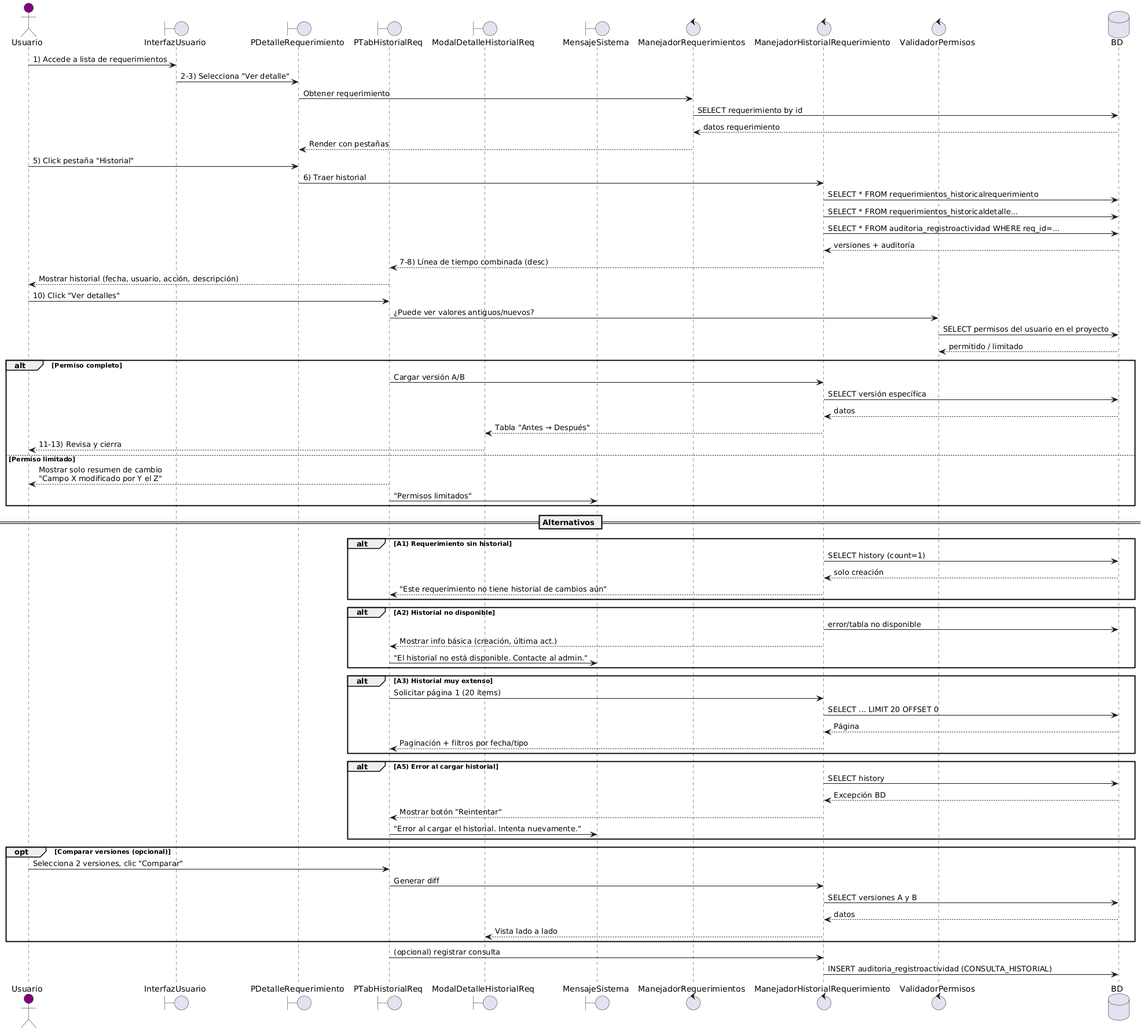
Above: 3-CONSTRUCCION/ITERACIÓN 2/34. Especificacion de CU a implemantar/Diagramas/DS-CU08.png in uarg-unpa/grcu-manager (PlantUML), before the change.
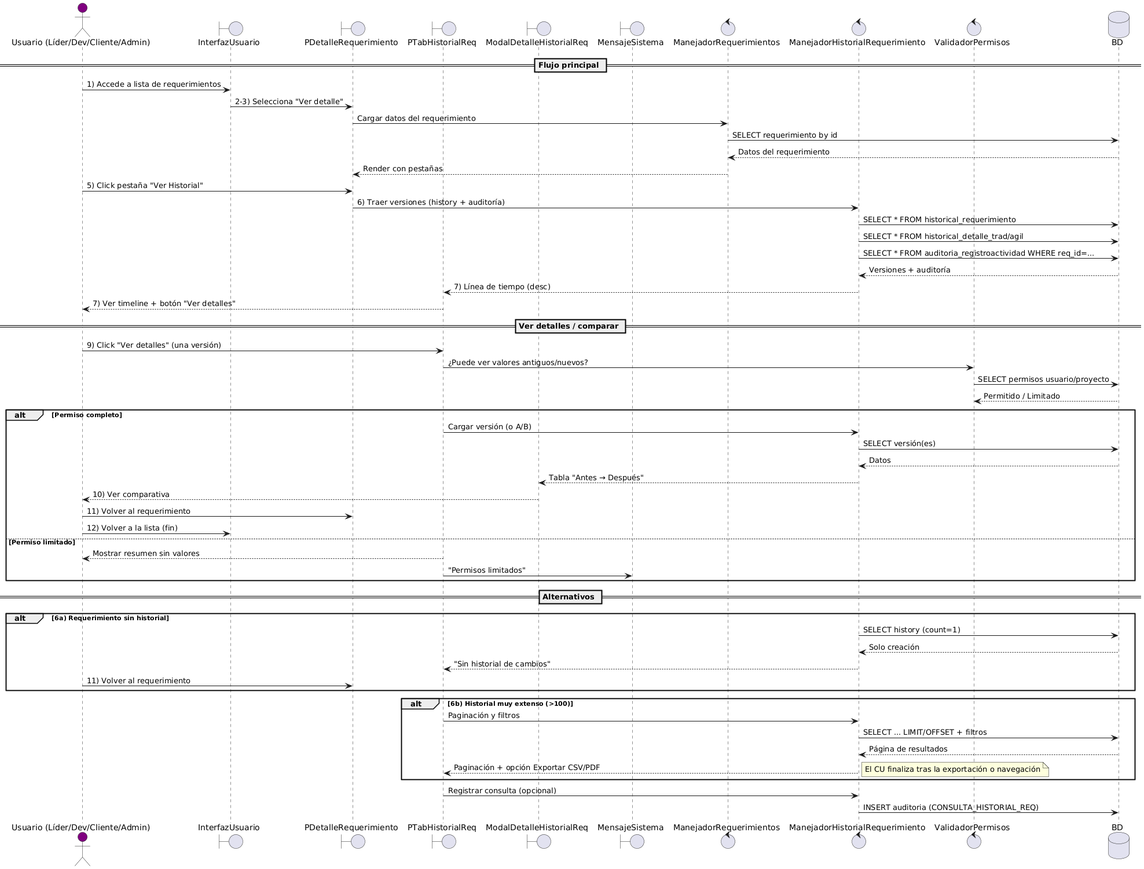
After the change.

Change to the diagram source:
```diff
@@ -1,5 +1,5 @@
 @startuml
-actor "Usuario" as Usuario #purple
+actor "Usuario (Líder/Dev/Cliente/Admin)" as Usuario #purple
 boundary InterfazUsuario
 boundary PDetalleRequerimiento
 boundary PTabHistorialReq
@@ -10,75 +10,58 @@
 control ValidadorPermisos
 database BD
 
-
+== Flujo principal ==
 Usuario -> InterfazUsuario: 1) Accede a lista de requerimientos
 InterfazUsuario -> PDetalleRequerimiento: 2-3) Selecciona "Ver detalle"
-PDetalleRequerimiento -> ManejadorRequerimientos: Obtener requerimiento
+PDetalleRequerimiento -> ManejadorRequerimientos: Cargar datos del requerimiento
 ManejadorRequerimientos -> BD: SELECT requerimiento by id
-BD --> ManejadorRequerimientos: datos requerimiento
+BD --> ManejadorRequerimientos: Datos del requerimiento
 ManejadorRequerimientos --> PDetalleRequerimiento: Render con pestañas
 
-Usuario -> PDetalleRequerimiento: 5) Click pestaña "Historial"
-PDetalleRequerimiento -> ManejadorHistorialRequerimiento: 6) Traer historial
-ManejadorHistorialRequerimiento -> BD: SELECT * FROM requerimientos_historicalrequerimiento
-ManejadorHistorialRequerimiento -> BD: SELECT * FROM requerimientos_historicaldetalle...
+Usuario -> PDetalleRequerimiento: 5) Click pestaña "Ver Historial"
+PDetalleRequerimiento -> ManejadorHistorialRequerimiento: 6) Traer versiones (history + auditoría)
+ManejadorHistorialRequerimiento -> BD: SELECT * FROM historical_requerimiento
+ManejadorHistorialRequerimiento -> BD: SELECT * FROM historical_detalle_trad/agil
 ManejadorHistorialRequerimiento -> BD: SELECT * FROM auditoria_registroactividad WHERE req_id=...
-BD --> ManejadorHistorialRequerimiento: versiones + auditoría
-ManejadorHistorialRequerimiento --> PTabHistorialReq: 7-8) Línea de tiempo combinada (desc)
-PTabHistorialReq --> Usuario: Mostrar historial (fecha, usuario, acción, descripción)
+BD --> ManejadorHistorialRequerimiento: Versiones + auditoría
+ManejadorHistorialRequerimiento --> PTabHistorialReq: 7) Línea de tiempo (desc)
+PTabHistorialReq --> Usuario: 7) Ver timeline + botón "Ver detalles"
 
-
-Usuario -> PTabHistorialReq: 10) Click "Ver detalles"
+== Ver detalles / comparar ==
+Usuario -> PTabHistorialReq: 9) Click "Ver detalles" (una versión)
 PTabHistorialReq -> ValidadorPermisos: ¿Puede ver valores antiguos/nuevos?
-ValidadorPermisos -> BD: SELECT permisos del usuario en el proyecto
-BD --> ValidadorPermisos: permitido / limitado
+ValidadorPermisos -> BD: SELECT permisos usuario/proyecto
+BD --> ValidadorPermisos: Permitido / Limitado
 
 alt Permiso completo
-  PTabHistorialReq -> ManejadorHistorialRequerimiento: Cargar versión A/B
-  ManejadorHistorialRequerimiento -> BD: SELECT versión específica
-  BD --> ManejadorHistorialRequerimiento: datos
+  PTabHistorialReq -> ManejadorHistorialRequerimiento: Cargar versión (o A/B)
+  ManejadorHistorialRequerimiento -> BD: SELECT versión(es)
+  BD --> ManejadorHistorialRequerimiento: Datos
   ManejadorHistorialRequerimiento --> ModalDetalleHistorialReq: Tabla "Antes → Después"
-  ModalDetalleHistorialReq --> Usuario: 11-13) Revisa y cierra
+  ModalDetalleHistorialReq --> Usuario: 10) Ver comparativa
+  Usuario -> PDetalleRequerimiento: 11) Volver al requerimiento
+  Usuario -> InterfazUsuario: 12) Volver a la lista (fin)
 else Permiso limitado
-  PTabHistorialReq --> Usuario: Mostrar solo resumen de cambio\n"Campo X modificado por Y el Z"
-  MensajeSistema <- PTabHistorialReq: "Permisos limitados"
+  PTabHistorialReq --> Usuario: Mostrar resumen sin valores
+  PTabHistorialReq -> MensajeSistema: "Permisos limitados"
 end
 
 == Alternativos ==
-alt A1) Requerimiento sin historial
+alt 6a) Requerimiento sin historial
   ManejadorHistorialRequerimiento -> BD: SELECT history (count=1)
-  BD --> ManejadorHistorialRequerimiento: solo creación
-  ManejadorHistorialRequerimiento --> PTabHistorialReq: "Este requerimiento no tiene historial de cambios aún"
+  BD --> ManejadorHistorialRequerimiento: Solo creación
+  ManejadorHistorialRequerimiento --> PTabHistorialReq: "Sin historial de cambios"
+  Usuario -> PDetalleRequerimiento: 11) Volver al requerimiento
 end
 
-alt A2) Historial no disponible
-  ManejadorHistorialRequerimiento -> BD: error/tabla no disponible
-  ManejadorHistorialRequerimiento --> PTabHistorialReq: Mostrar info básica (creación, última act.)
-  PTabHistorialReq -> MensajeSistema: "El historial no está disponible. Contacte al admin."
+alt 6b) Historial muy extenso (>100)
+  PTabHistorialReq -> ManejadorHistorialRequerimiento: Paginación y filtros
+  ManejadorHistorialRequerimiento -> BD: SELECT ... LIMIT/OFFSET + filtros
+  BD --> ManejadorHistorialRequerimiento: Página de resultados
+  ManejadorHistorialRequerimiento --> PTabHistorialReq: Paginación + opción Exportar CSV/PDF
+  note right: El CU finaliza tras la exportación o navegación
 end
 
-alt A3) Historial muy extenso
-  PTabHistorialReq -> ManejadorHistorialRequerimiento: Solicitar página 1 (20 ítems)
-  ManejadorHistorialRequerimiento -> BD: SELECT ... LIMIT 20 OFFSET 0
-  BD --> ManejadorHistorialRequerimiento: Página
-  ManejadorHistorialRequerimiento --> PTabHistorialReq: Paginación + filtros por fecha/tipo
-end
-
-alt A5) Error al cargar historial
-  ManejadorHistorialRequerimiento -> BD: SELECT history
-  BD --> ManejadorHistorialRequerimiento: Excepción BD
-  ManejadorHistorialRequerimiento --> PTabHistorialReq: Mostrar botón "Reintentar"
-  PTabHistorialReq -> MensajeSistema: "Error al cargar el historial. Intenta nuevamente."
-end
-
-opt Comparar versiones (opcional)
-  Usuario -> PTabHistorialReq: Selecciona 2 versiones, clic "Comparar"
-  PTabHistorialReq -> ManejadorHistorialRequerimiento: Generar diff
-  ManejadorHistorialRequerimiento -> BD: SELECT versiones A y B
-  BD --> ManejadorHistorialRequerimiento: datos
-  ManejadorHistorialRequerimiento --> ModalDetalleHistorialReq: Vista lado a lado
-end
-
-PTabHistorialReq -> ManejadorHistorialRequerimiento: (opcional) registrar consulta
-ManejadorHistorialRequerimiento -> BD: INSERT auditoria_registroactividad (CONSULTA_HISTORIAL)
+PTabHistorialReq -> ManejadorHistorialRequerimiento: Registrar consulta (opcional)
+ManejadorHistorialRequerimiento -> BD: INSERT auditoria (CONSULTA_HISTORIAL_REQ)
 @enduml
```
